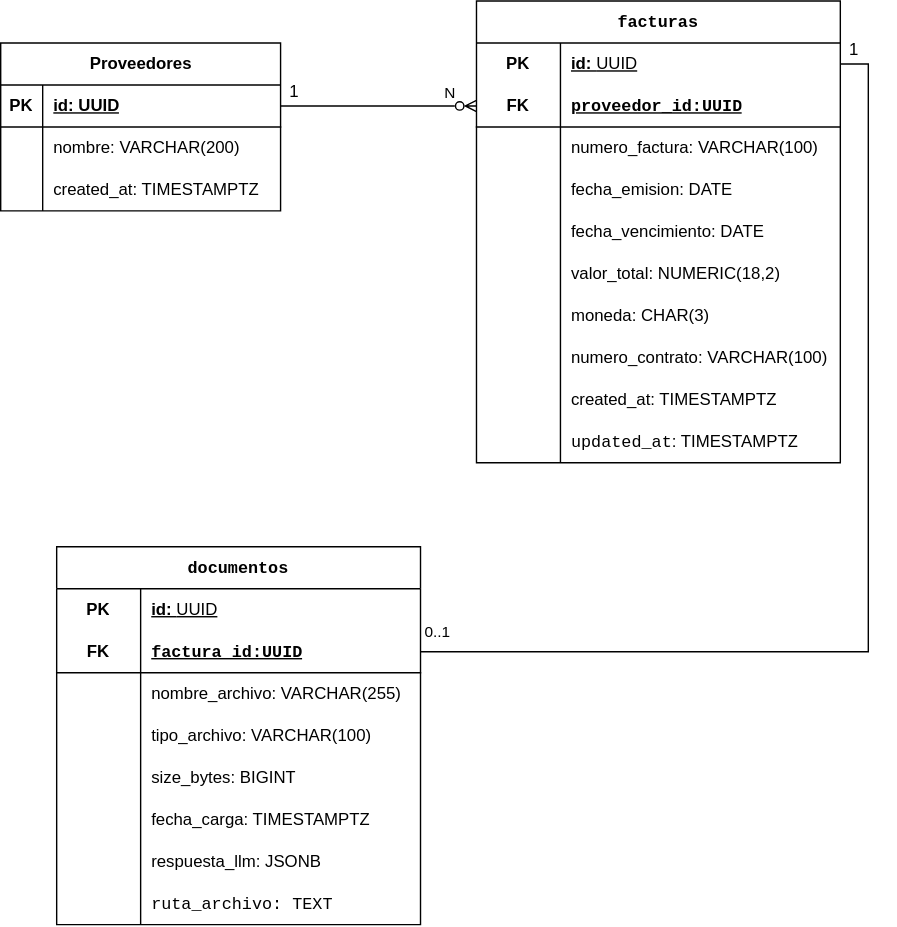
Above: docs/diagrama_db.svg in wil2611/pwc-facturas (draw.io), before the change. Source tidied: cells renumbered, new cells last; positions are measured from the earlier drawing's top-left corner, leaving out a move shared by most shapes. Source of this version:
```xml
<mxGraphModel>
  <root>
    <mxCell id="0" />
    <mxCell id="1" parent="0" />
    <mxCell id="2" value="&lt;code&gt;facturas&lt;/code&gt;" style="shape=table;startSize=30;rowLines=0;fontStyle=1;align=center;html=1;whiteSpace=wrap;" parent="1" vertex="1">
      <mxGeometry x="340" width="260" height="330" as="geometry" />
    </mxCell>
    <mxCell id="3" style="shape=tableRow;horizontal=0;startSize=0;swimlaneHead=0;swimlaneBody=0;fillColor=none;points=[[0,0.5],[1,0.5]];portConstraint=eastwest;top=0;left=0;right=0;bottom=0;html=1;" parent="2" vertex="1">
      <mxGeometry y="30" width="260" height="30" as="geometry" />
    </mxCell>
    <mxCell id="4" value="PK" style="shape=partialRectangle;fillColor=none;top=0;left=0;bottom=0;right=0;fontStyle=1;overflow=hidden;html=1;whiteSpace=wrap;" parent="3" vertex="1">
      <mxGeometry width="60" height="30" as="geometry" />
    </mxCell>
    <mxCell id="5" value="id: &lt;span style=&quot;font-weight: 400;&quot;&gt;UUID&lt;/span&gt;&lt;span style=&quot;font-weight: 400; white-space: pre;&quot;&gt;&#9;&lt;/span&gt;" style="shape=partialRectangle;fillColor=none;top=0;left=0;bottom=0;right=0;align=left;spacingLeft=6;fontStyle=5;overflow=hidden;html=1;whiteSpace=wrap;" parent="3" vertex="1">
      <mxGeometry x="60" width="200" height="30" as="geometry" />
    </mxCell>
    <mxCell id="6" style="shape=tableRow;horizontal=0;startSize=0;swimlaneHead=0;swimlaneBody=0;fillColor=none;points=[[0,0.5],[1,0.5]];portConstraint=eastwest;top=0;left=0;right=0;bottom=1;html=1;" parent="2" vertex="1">
      <mxGeometry y="60" width="260" height="30" as="geometry" />
    </mxCell>
    <mxCell id="7" value="FK" style="shape=partialRectangle;fillColor=none;top=0;left=0;bottom=0;right=0;fontStyle=1;overflow=hidden;html=1;whiteSpace=wrap;" parent="6" vertex="1">
      <mxGeometry width="60" height="30" as="geometry" />
    </mxCell>
    <mxCell id="8" value="&lt;code&gt;proveedor_id:UUID&lt;/code&gt;" style="shape=partialRectangle;fillColor=none;top=0;left=0;bottom=0;right=0;align=left;spacingLeft=6;fontStyle=5;overflow=hidden;html=1;whiteSpace=wrap;" parent="6" vertex="1">
      <mxGeometry x="60" width="200" height="30" as="geometry" />
    </mxCell>
    <mxCell id="9" style="shape=tableRow;horizontal=0;startSize=0;swimlaneHead=0;swimlaneBody=0;fillColor=none;top=0;left=0;right=0;bottom=0;html=1;" parent="2" vertex="1">
      <mxGeometry y="90" width="260" height="30" as="geometry" />
    </mxCell>
    <mxCell id="10" style="shape=partialRectangle;fillColor=none;top=0;left=0;bottom=0;right=0;overflow=hidden;html=1;whiteSpace=wrap;" parent="9" vertex="1">
      <mxGeometry width="60" height="30" as="geometry" />
    </mxCell>
    <mxCell id="11" value="numero_factura: VARCHAR(100)" style="shape=partialRectangle;fillColor=none;top=0;left=0;bottom=0;right=0;align=left;spacingLeft=6;overflow=hidden;html=1;whiteSpace=wrap;" parent="9" vertex="1">
      <mxGeometry x="60" width="200" height="30" as="geometry" />
    </mxCell>
    <mxCell id="12" style="shape=tableRow;horizontal=0;startSize=0;swimlaneHead=0;swimlaneBody=0;fillColor=none;top=0;left=0;right=0;bottom=0;html=1;" parent="2" vertex="1">
      <mxGeometry y="120" width="260" height="30" as="geometry" />
    </mxCell>
    <mxCell id="13" style="shape=partialRectangle;fillColor=none;top=0;left=0;bottom=0;right=0;overflow=hidden;html=1;whiteSpace=wrap;" parent="12" vertex="1">
      <mxGeometry width="60" height="30" as="geometry" />
    </mxCell>
    <mxCell id="14" value="fecha_emision: DATE" style="shape=partialRectangle;fillColor=none;top=0;left=0;bottom=0;right=0;align=left;spacingLeft=6;overflow=hidden;html=1;whiteSpace=wrap;" parent="12" vertex="1">
      <mxGeometry x="60" width="200" height="30" as="geometry" />
    </mxCell>
    <mxCell id="15" style="shape=tableRow;horizontal=0;startSize=0;swimlaneHead=0;swimlaneBody=0;fillColor=none;top=0;left=0;right=0;bottom=0;html=1;" parent="2" vertex="1">
      <mxGeometry y="150" width="260" height="30" as="geometry" />
    </mxCell>
    <mxCell id="16" style="shape=partialRectangle;fillColor=none;top=0;left=0;bottom=0;right=0;overflow=hidden;html=1;whiteSpace=wrap;" parent="15" vertex="1">
      <mxGeometry width="60" height="30" as="geometry" />
    </mxCell>
    <mxCell id="17" value="fecha_vencimiento: DATE" style="shape=partialRectangle;fillColor=none;top=0;left=0;bottom=0;right=0;align=left;spacingLeft=6;overflow=hidden;html=1;whiteSpace=wrap;" parent="15" vertex="1">
      <mxGeometry x="60" width="200" height="30" as="geometry" />
    </mxCell>
    <mxCell id="18" style="shape=tableRow;horizontal=0;startSize=0;swimlaneHead=0;swimlaneBody=0;fillColor=none;top=0;left=0;right=0;bottom=0;html=1;" parent="2" vertex="1">
      <mxGeometry y="180" width="260" height="30" as="geometry" />
    </mxCell>
    <mxCell id="19" style="shape=partialRectangle;fillColor=none;top=0;left=0;bottom=0;right=0;overflow=hidden;html=1;whiteSpace=wrap;" parent="18" vertex="1">
      <mxGeometry width="60" height="30" as="geometry" />
    </mxCell>
    <mxCell id="20" value="valor_total: NUMERIC(18,2)" style="shape=partialRectangle;fillColor=none;top=0;left=0;bottom=0;right=0;align=left;spacingLeft=6;overflow=hidden;html=1;whiteSpace=wrap;" parent="18" vertex="1">
      <mxGeometry x="60" width="200" height="30" as="geometry" />
    </mxCell>
    <mxCell id="21" style="shape=tableRow;horizontal=0;startSize=0;swimlaneHead=0;swimlaneBody=0;fillColor=none;top=0;left=0;right=0;bottom=0;html=1;" parent="2" vertex="1">
      <mxGeometry y="210" width="260" height="30" as="geometry" />
    </mxCell>
    <mxCell id="22" style="shape=partialRectangle;fillColor=none;top=0;left=0;bottom=0;right=0;overflow=hidden;html=1;whiteSpace=wrap;" parent="21" vertex="1">
      <mxGeometry width="60" height="30" as="geometry" />
    </mxCell>
    <mxCell id="23" value="moneda: CHAR(3)" style="shape=partialRectangle;fillColor=none;top=0;left=0;bottom=0;right=0;align=left;spacingLeft=6;overflow=hidden;html=1;whiteSpace=wrap;" parent="21" vertex="1">
      <mxGeometry x="60" width="200" height="30" as="geometry" />
    </mxCell>
    <mxCell id="24" style="shape=tableRow;horizontal=0;startSize=0;swimlaneHead=0;swimlaneBody=0;fillColor=none;top=0;left=0;right=0;bottom=0;html=1;" parent="2" vertex="1">
      <mxGeometry y="240" width="260" height="30" as="geometry" />
    </mxCell>
    <mxCell id="25" style="shape=partialRectangle;fillColor=none;top=0;left=0;bottom=0;right=0;overflow=hidden;html=1;whiteSpace=wrap;" parent="24" vertex="1">
      <mxGeometry width="60" height="30" as="geometry" />
    </mxCell>
    <mxCell id="26" value="numero_contrato: VARCHAR(100)" style="shape=partialRectangle;fillColor=none;top=0;left=0;bottom=0;right=0;align=left;spacingLeft=6;overflow=hidden;html=1;whiteSpace=wrap;" parent="24" vertex="1">
      <mxGeometry x="60" width="200" height="30" as="geometry" />
    </mxCell>
    <mxCell id="27" style="shape=tableRow;horizontal=0;startSize=0;swimlaneHead=0;swimlaneBody=0;fillColor=none;top=0;left=0;right=0;bottom=0;html=1;" parent="2" vertex="1">
      <mxGeometry y="270" width="260" height="30" as="geometry" />
    </mxCell>
    <mxCell id="28" style="shape=partialRectangle;fillColor=none;top=0;left=0;bottom=0;right=0;overflow=hidden;html=1;whiteSpace=wrap;" parent="27" vertex="1">
      <mxGeometry width="60" height="30" as="geometry" />
    </mxCell>
    <mxCell id="29" value="created_at: TIMESTAMPTZ" style="shape=partialRectangle;fillColor=none;top=0;left=0;bottom=0;right=0;align=left;spacingLeft=6;overflow=hidden;html=1;whiteSpace=wrap;" parent="27" vertex="1">
      <mxGeometry x="60" width="200" height="30" as="geometry" />
    </mxCell>
    <mxCell id="30" style="shape=tableRow;horizontal=0;startSize=0;swimlaneHead=0;swimlaneBody=0;fillColor=none;top=0;left=0;right=0;bottom=0;html=1;" parent="2" vertex="1">
      <mxGeometry y="300" width="260" height="30" as="geometry" />
    </mxCell>
    <mxCell id="31" style="shape=partialRectangle;fillColor=none;top=0;left=0;bottom=0;right=0;overflow=hidden;html=1;whiteSpace=wrap;" parent="30" vertex="1">
      <mxGeometry width="60" height="30" as="geometry" />
    </mxCell>
    <mxCell id="32" value="&lt;code&gt;updated_at&lt;/code&gt;: TIMESTAMPTZ" style="shape=partialRectangle;fillColor=none;top=0;left=0;bottom=0;right=0;align=left;spacingLeft=6;overflow=hidden;html=1;whiteSpace=wrap;" parent="30" vertex="1">
      <mxGeometry x="60" width="200" height="30" as="geometry" />
    </mxCell>
    <mxCell id="33" value="&lt;code&gt;documentos&lt;/code&gt;" style="shape=table;startSize=30;rowLines=0;fontStyle=1;align=center;html=1;whiteSpace=wrap;" parent="1" vertex="1">
      <mxGeometry x="40" y="390" width="260" height="270" as="geometry" />
    </mxCell>
    <mxCell id="34" style="shape=tableRow;horizontal=0;startSize=0;swimlaneHead=0;swimlaneBody=0;fillColor=none;top=0;left=0;right=0;bottom=0;html=1;" parent="33" vertex="1">
      <mxGeometry y="30" width="260" height="30" as="geometry" />
    </mxCell>
    <mxCell id="35" value="PK" style="shape=partialRectangle;fillColor=none;top=0;left=0;bottom=0;right=0;fontStyle=1;overflow=hidden;html=1;whiteSpace=wrap;" parent="34" vertex="1">
      <mxGeometry width="60" height="30" as="geometry" />
    </mxCell>
    <mxCell id="36" value="id: &lt;span style=&quot;font-weight: 400;&quot;&gt;UUID&lt;/span&gt;&lt;span style=&quot;font-weight: 400; white-space: pre;&quot;&gt;&#9;&lt;/span&gt;" style="shape=partialRectangle;fillColor=none;top=0;left=0;bottom=0;right=0;align=left;spacingLeft=6;fontStyle=5;overflow=hidden;html=1;whiteSpace=wrap;" parent="34" vertex="1">
      <mxGeometry x="60" width="200" height="30" as="geometry" />
    </mxCell>
    <mxCell id="37" style="shape=tableRow;horizontal=0;startSize=0;swimlaneHead=0;swimlaneBody=0;fillColor=none;points=[[0,0.5],[1,0.5]];portConstraint=eastwest;top=0;left=0;right=0;bottom=1;html=1;" parent="33" vertex="1">
      <mxGeometry y="60" width="260" height="30" as="geometry" />
    </mxCell>
    <mxCell id="38" value="FK" style="shape=partialRectangle;fillColor=none;top=0;left=0;bottom=0;right=0;fontStyle=1;overflow=hidden;html=1;whiteSpace=wrap;" parent="37" vertex="1">
      <mxGeometry width="60" height="30" as="geometry" />
    </mxCell>
    <mxCell id="39" value="&lt;code&gt;factura_id:UUID&lt;/code&gt;" style="shape=partialRectangle;fillColor=none;top=0;left=0;bottom=0;right=0;align=left;spacingLeft=6;fontStyle=5;overflow=hidden;html=1;whiteSpace=wrap;" parent="37" vertex="1">
      <mxGeometry x="60" width="200" height="30" as="geometry" />
    </mxCell>
    <mxCell id="40" style="shape=tableRow;horizontal=0;startSize=0;swimlaneHead=0;swimlaneBody=0;fillColor=none;top=0;left=0;right=0;bottom=0;html=1;" parent="33" vertex="1">
      <mxGeometry y="90" width="260" height="30" as="geometry" />
    </mxCell>
    <mxCell id="41" style="shape=partialRectangle;fillColor=none;top=0;left=0;bottom=0;right=0;overflow=hidden;html=1;whiteSpace=wrap;" parent="40" vertex="1">
      <mxGeometry width="60" height="30" as="geometry" />
    </mxCell>
    <mxCell id="42" value="nombre_archivo: VARCHAR(255)" style="shape=partialRectangle;fillColor=none;top=0;left=0;bottom=0;right=0;align=left;spacingLeft=6;overflow=hidden;html=1;whiteSpace=wrap;" parent="40" vertex="1">
      <mxGeometry x="60" width="200" height="30" as="geometry" />
    </mxCell>
    <mxCell id="43" style="shape=tableRow;horizontal=0;startSize=0;swimlaneHead=0;swimlaneBody=0;fillColor=none;top=0;left=0;right=0;bottom=0;html=1;" parent="33" vertex="1">
      <mxGeometry y="120" width="260" height="30" as="geometry" />
    </mxCell>
    <mxCell id="44" style="shape=partialRectangle;fillColor=none;top=0;left=0;bottom=0;right=0;overflow=hidden;html=1;whiteSpace=wrap;" parent="43" vertex="1">
      <mxGeometry width="60" height="30" as="geometry" />
    </mxCell>
    <mxCell id="45" value="tipo_archivo: VARCHAR(100)" style="shape=partialRectangle;fillColor=none;top=0;left=0;bottom=0;right=0;align=left;spacingLeft=6;overflow=hidden;html=1;whiteSpace=wrap;" parent="43" vertex="1">
      <mxGeometry x="60" width="200" height="30" as="geometry" />
    </mxCell>
    <mxCell id="46" style="shape=tableRow;horizontal=0;startSize=0;swimlaneHead=0;swimlaneBody=0;fillColor=none;top=0;left=0;right=0;bottom=0;html=1;" parent="33" vertex="1">
      <mxGeometry y="150" width="260" height="30" as="geometry" />
    </mxCell>
    <mxCell id="47" style="shape=partialRectangle;fillColor=none;top=0;left=0;bottom=0;right=0;overflow=hidden;html=1;whiteSpace=wrap;" parent="46" vertex="1">
      <mxGeometry width="60" height="30" as="geometry" />
    </mxCell>
    <mxCell id="48" value="size_bytes: BIGINT" style="shape=partialRectangle;fillColor=none;top=0;left=0;bottom=0;right=0;align=left;spacingLeft=6;overflow=hidden;html=1;whiteSpace=wrap;" parent="46" vertex="1">
      <mxGeometry x="60" width="200" height="30" as="geometry" />
    </mxCell>
    <mxCell id="49" style="shape=tableRow;horizontal=0;startSize=0;swimlaneHead=0;swimlaneBody=0;fillColor=none;top=0;left=0;right=0;bottom=0;html=1;" parent="33" vertex="1">
      <mxGeometry y="180" width="260" height="30" as="geometry" />
    </mxCell>
    <mxCell id="50" style="shape=partialRectangle;fillColor=none;top=0;left=0;bottom=0;right=0;overflow=hidden;html=1;whiteSpace=wrap;" parent="49" vertex="1">
      <mxGeometry width="60" height="30" as="geometry" />
    </mxCell>
    <mxCell id="51" value="fecha_carga: TIMESTAMPTZ" style="shape=partialRectangle;fillColor=none;top=0;left=0;bottom=0;right=0;align=left;spacingLeft=6;overflow=hidden;html=1;whiteSpace=wrap;" parent="49" vertex="1">
      <mxGeometry x="60" width="200" height="30" as="geometry" />
    </mxCell>
    <mxCell id="52" style="shape=tableRow;horizontal=0;startSize=0;swimlaneHead=0;swimlaneBody=0;fillColor=none;top=0;left=0;right=0;bottom=0;html=1;" parent="33" vertex="1">
      <mxGeometry y="210" width="260" height="30" as="geometry" />
    </mxCell>
    <mxCell id="53" style="shape=partialRectangle;fillColor=none;top=0;left=0;bottom=0;right=0;overflow=hidden;html=1;whiteSpace=wrap;" parent="52" vertex="1">
      <mxGeometry width="60" height="30" as="geometry" />
    </mxCell>
    <mxCell id="54" value="respuesta_llm: JSONB" style="shape=partialRectangle;fillColor=none;top=0;left=0;bottom=0;right=0;align=left;spacingLeft=6;overflow=hidden;html=1;whiteSpace=wrap;" parent="52" vertex="1">
      <mxGeometry x="60" width="200" height="30" as="geometry" />
    </mxCell>
    <mxCell id="55" style="shape=tableRow;horizontal=0;startSize=0;swimlaneHead=0;swimlaneBody=0;fillColor=none;top=0;left=0;right=0;bottom=0;html=1;" parent="33" vertex="1">
      <mxGeometry y="240" width="260" height="30" as="geometry" />
    </mxCell>
    <mxCell id="56" style="shape=partialRectangle;fillColor=none;top=0;left=0;bottom=0;right=0;overflow=hidden;html=1;whiteSpace=wrap;" parent="55" vertex="1">
      <mxGeometry width="60" height="30" as="geometry" />
    </mxCell>
    <mxCell id="57" value="&lt;font face=&quot;monospace&quot;&gt;ruta_archivo: TEXT&lt;/font&gt;" style="shape=partialRectangle;fillColor=none;top=0;left=0;bottom=0;right=0;align=left;spacingLeft=6;overflow=hidden;html=1;whiteSpace=wrap;" parent="55" vertex="1">
      <mxGeometry x="60" width="200" height="30" as="geometry" />
    </mxCell>
    <mxCell id="58" value="Proveedores" style="shape=table;startSize=30;rowLines=0;fontStyle=1;align=center;html=1;" parent="1" vertex="1">
      <mxGeometry y="30" width="200" height="120" as="geometry" />
    </mxCell>
    <mxCell id="59" style="shape=tableRow;horizontal=0;startSize=0;swimlaneHead=0;swimlaneBody=0;fillColor=none;points=[[0,0.5],[1,0.5]];portConstraint=eastwest;top=0;left=0;right=0;bottom=1;" parent="58" vertex="1">
      <mxGeometry y="30" width="200" height="30" as="geometry" />
    </mxCell>
    <mxCell id="60" value="PK" style="shape=partialRectangle;fillColor=none;top=0;left=0;bottom=0;right=0;fontStyle=1;overflow=hidden;whiteSpace=wrap;html=1;" parent="59" vertex="1">
      <mxGeometry width="30" height="30" as="geometry" />
    </mxCell>
    <mxCell id="61" value="id: UUID" style="shape=partialRectangle;fillColor=none;top=0;left=0;bottom=0;right=0;align=left;spacingLeft=6;fontStyle=5;overflow=hidden;whiteSpace=wrap;html=1;" parent="59" vertex="1">
      <mxGeometry x="30" width="170" height="30" as="geometry" />
    </mxCell>
    <mxCell id="62" style="shape=tableRow;horizontal=0;startSize=0;swimlaneHead=0;swimlaneBody=0;fillColor=none;top=0;left=0;right=0;bottom=0;" parent="58" vertex="1">
      <mxGeometry y="60" width="200" height="30" as="geometry" />
    </mxCell>
    <mxCell id="63" style="shape=partialRectangle;fillColor=none;top=0;left=0;bottom=0;right=0;overflow=hidden;whiteSpace=wrap;html=1;" parent="62" vertex="1">
      <mxGeometry width="30" height="30" as="geometry" />
    </mxCell>
    <mxCell id="64" value="nombre: VARCHAR(200)" style="shape=partialRectangle;fillColor=none;top=0;left=0;bottom=0;right=0;align=left;spacingLeft=6;overflow=hidden;whiteSpace=wrap;html=1;" parent="62" vertex="1">
      <mxGeometry x="30" width="170" height="30" as="geometry" />
    </mxCell>
    <mxCell id="65" style="shape=tableRow;horizontal=0;startSize=0;swimlaneHead=0;swimlaneBody=0;fillColor=none;top=0;left=0;right=0;bottom=0;" parent="58" vertex="1">
      <mxGeometry y="90" width="200" height="30" as="geometry" />
    </mxCell>
    <mxCell id="66" style="shape=partialRectangle;fillColor=none;top=0;left=0;bottom=0;right=0;overflow=hidden;whiteSpace=wrap;html=1;" parent="65" vertex="1">
      <mxGeometry width="30" height="30" as="geometry" />
    </mxCell>
    <mxCell id="67" value="created_at: TIMESTAMPTZ" style="shape=partialRectangle;fillColor=none;top=0;left=0;bottom=0;right=0;align=left;spacingLeft=6;overflow=hidden;whiteSpace=wrap;html=1;" parent="65" vertex="1">
      <mxGeometry x="30" width="170" height="30" as="geometry" />
    </mxCell>
    <mxCell id="68" style="edgeStyle=orthogonalEdgeStyle;rounded=0;jettySize=auto;html=1;exitX=1;exitY=0.5;exitDx=0;exitDy=0;defaultLabelBackgroundColor=page;endArrow=ERzeroToMany;endFill=0;" parent="1" edge="1" source="59" target="6">
      <mxGeometry relative="1" as="geometry" />
    </mxCell>
    <mxCell id="69" value="N" style="edgeLabel;html=1;align=center;verticalAlign=middle;inheritText=1;defaultLabelBackgroundColor=page;" parent="68" vertex="1">
      <mxGeometry x="0.64" y="2" relative="1" as="geometry">
        <mxPoint x="5" y="-8" as="offset" />
      </mxGeometry>
    </mxCell>
    <mxCell id="70" value="1" style="text;html=1;whiteSpace=wrap;strokeColor=none;fillColor=none;align=center;verticalAlign=middle;rounded=0;" parent="1" vertex="1">
      <mxGeometry x="180" y="50" width="60" height="30" as="geometry" />
    </mxCell>
    <mxCell id="71" style="edgeStyle=orthogonalEdgeStyle;rounded=0;jettySize=auto;html=1;exitX=1;exitY=0.5;exitDx=0;exitDy=0;entryX=1;entryY=0.5;entryDx=0;entryDy=0;defaultLabelBackgroundColor=page;endArrow=none;endFill=0;" parent="1" edge="1" source="3" target="37">
      <mxGeometry relative="1" as="geometry" />
    </mxCell>
    <mxCell id="72" value="0..1" style="edgeLabel;html=1;align=center;verticalAlign=middle;inheritText=1;defaultLabelBackgroundColor=page;" parent="71" vertex="1">
      <mxGeometry x="0.97" y="-2" relative="1" as="geometry">
        <mxPoint y="-13" as="offset" />
      </mxGeometry>
    </mxCell>
    <mxCell id="73" value="1" style="text;html=1;whiteSpace=wrap;strokeColor=none;fillColor=none;align=center;verticalAlign=middle;rounded=0;" parent="1" vertex="1">
      <mxGeometry x="580" y="20" width="60" height="30" as="geometry" />
    </mxCell>
  </root>
</mxGraphModel>
```
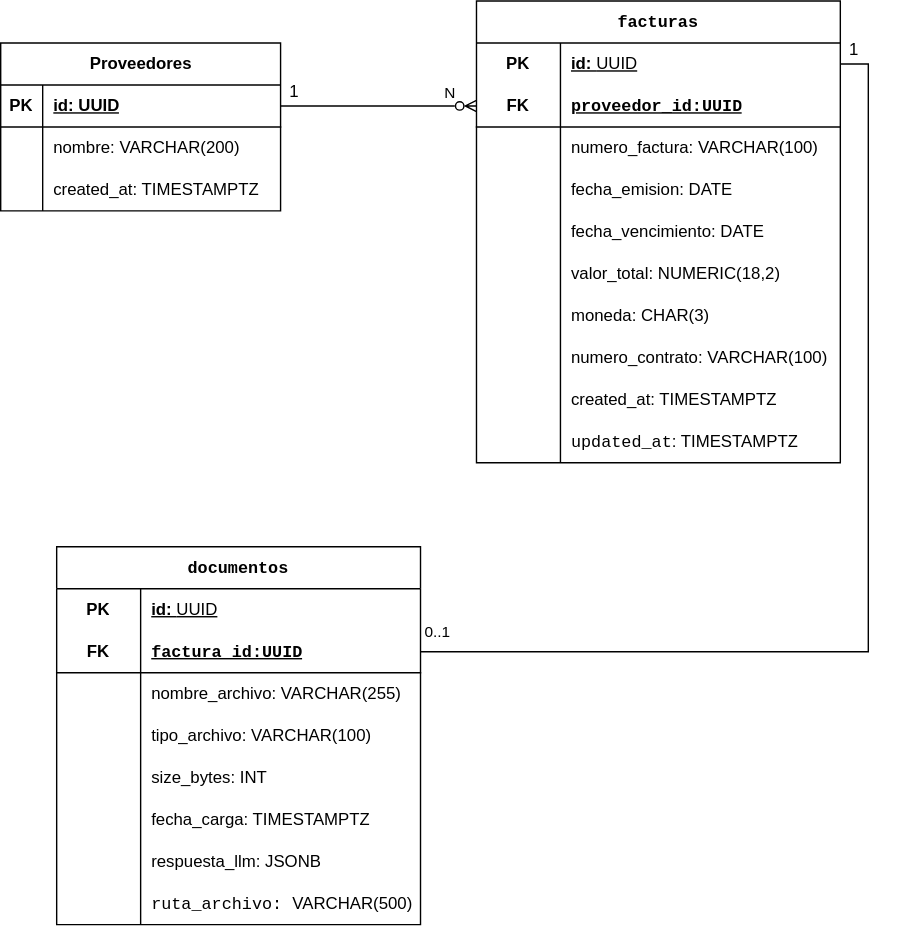
Above is the later version.

Diff of the diagram source:
```diff
@@ -140,7 +140,7 @@
     <mxCell id="47" style="shape=partialRectangle;fillColor=none;top=0;left=0;bottom=0;right=0;overflow=hidden;html=1;whiteSpace=wrap;" parent="46" vertex="1">
       <mxGeometry width="60" height="30" as="geometry" />
     </mxCell>
-    <mxCell id="48" value="size_bytes: BIGINT" style="shape=partialRectangle;fillColor=none;top=0;left=0;bottom=0;right=0;align=left;spacingLeft=6;overflow=hidden;html=1;whiteSpace=wrap;" parent="46" vertex="1">
+    <mxCell id="48" value="size_bytes: INT" style="shape=partialRectangle;fillColor=none;top=0;left=0;bottom=0;right=0;align=left;spacingLeft=6;overflow=hidden;html=1;whiteSpace=wrap;" parent="46" vertex="1">
       <mxGeometry x="60" width="200" height="30" as="geometry" />
     </mxCell>
     <mxCell id="49" style="shape=tableRow;horizontal=0;startSize=0;swimlaneHead=0;swimlaneBody=0;fillColor=none;top=0;left=0;right=0;bottom=0;html=1;" parent="33" vertex="1">
@@ -167,7 +167,7 @@
     <mxCell id="56" style="shape=partialRectangle;fillColor=none;top=0;left=0;bottom=0;right=0;overflow=hidden;html=1;whiteSpace=wrap;" parent="55" vertex="1">
       <mxGeometry width="60" height="30" as="geometry" />
     </mxCell>
-    <mxCell id="57" value="&lt;font face=&quot;monospace&quot;&gt;ruta_archivo: TEXT&lt;/font&gt;" style="shape=partialRectangle;fillColor=none;top=0;left=0;bottom=0;right=0;align=left;spacingLeft=6;overflow=hidden;html=1;whiteSpace=wrap;" parent="55" vertex="1">
+    <mxCell id="57" value="&lt;font face=&quot;monospace&quot;&gt;ruta_archivo:&amp;nbsp;&lt;/font&gt;VARCHAR(500)" style="shape=partialRectangle;fillColor=none;top=0;left=0;bottom=0;right=0;align=left;spacingLeft=6;overflow=hidden;html=1;whiteSpace=wrap;" parent="55" vertex="1">
       <mxGeometry x="60" width="200" height="30" as="geometry" />
     </mxCell>
     <mxCell id="58" value="Proveedores" style="shape=table;startSize=30;rowLines=0;fontStyle=1;align=center;html=1;" parent="1" vertex="1">
```
